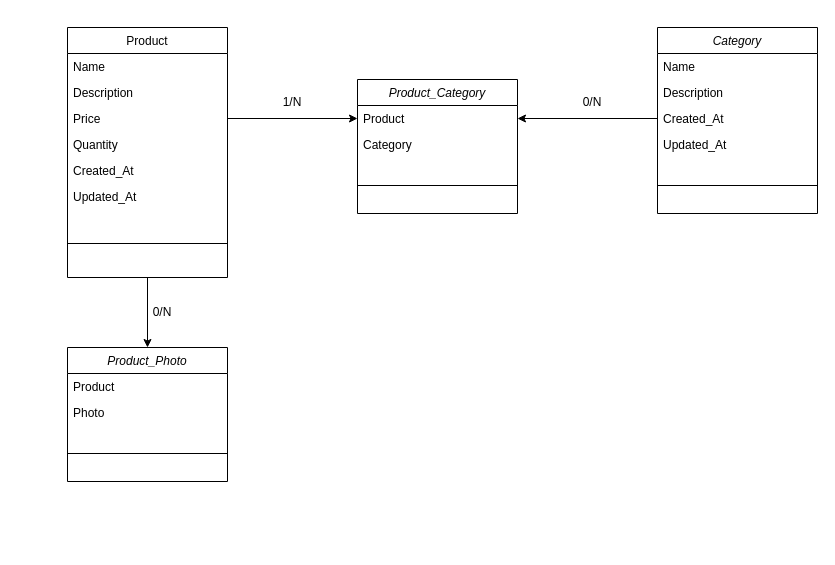
This is Untitled Diagram.drawio from jean-bernard-laguerre/revisions-poo, a draw.io file, before an edit. Source tidied: cells renumbered, new cells numbered last; positions are measured from the earlier drawing's top-left corner, leaving out a move shared by most shapes. Both pictures are drawn from the tidied source at 100%, with x=0, y=0 at pixel (67, 27).
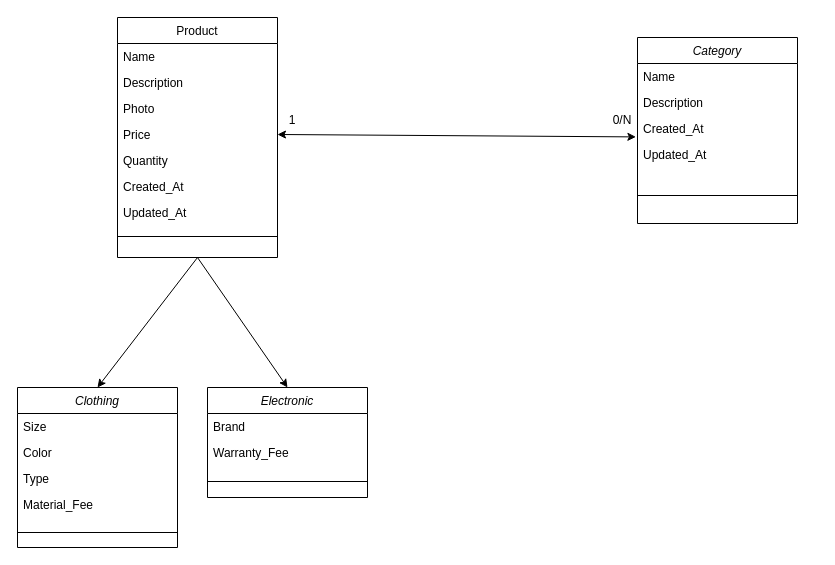
The same diagram, later.

Unchanged cells that the change refers to:
```xml
<mxCell id="5" value="Created_At" style="text;align=left;verticalAlign=top;spacingLeft=4;spacingRight=4;overflow=hidden;points=[[0,0.5],[1,0.5]];portConstraint=eastwest;rounded=0;shadow=0;html=0;" parent="2" vertex="1">
  <mxGeometry y="78" width="160" height="26" as="geometry" />
</mxCell>
```

What changed in the source:
```diff
@@
     <mxCell id="2" value="Category" style="swimlane;fontStyle=2;align=center;verticalAlign=top;horizontal=1;startSize=26;rounded=0;shadow=0;strokeWidth=1;" parent="1" vertex="1">
-      <mxGeometry x="590" width="160" height="186" as="geometry" />
+      <mxGeometry x="570" y="10" width="160" height="186" as="geometry" />
     </mxCell>
@@
     <mxCell id="8" value="Product" style="swimlane;fontStyle=0;align=center;verticalAlign=top;horizontal=1;startSize=26;rounded=0;shadow=0;strokeWidth=1;" parent="1" vertex="1">
-      <mxGeometry width="160" height="250" as="geometry" />
+      <mxGeometry x="50" y="-10" width="160" height="240" as="geometry" />
     </mxCell>
@@
+    <mxCell id="18" value="Photo" style="text;align=left;verticalAlign=top;spacingLeft=4;spacingRight=4;overflow=hidden;rounded=0;shadow=0;html=0;" parent="8" vertex="1">
+      <mxGeometry y="78" width="160" height="26" as="geometry" />
+    </mxCell>
     <mxCell id="11" value="Price" style="text;align=left;verticalAlign=top;spacingLeft=4;spacingRight=4;overflow=hidden;points=[[0,0.5],[1,0.5]];portConstraint=eastwest;rounded=0;shadow=0;html=0;" parent="8" vertex="1">
-      <mxGeometry y="78" width="160" height="26" as="geometry" />
+      <mxGeometry y="104" width="160" height="26" as="geometry" />
     </mxCell>
     <mxCell id="12" value="Quantity" style="text;align=left;verticalAlign=top;spacingLeft=4;spacingRight=4;overflow=hidden;rounded=0;shadow=0;html=0;" parent="8" vertex="1">
-      <mxGeometry y="104" width="160" height="26" as="geometry" />
+      <mxGeometry y="130" width="160" height="26" as="geometry" />
     </mxCell>
     <mxCell id="13" value="Created_At&#10;" style="text;align=left;verticalAlign=top;spacingLeft=4;spacingRight=4;overflow=hidden;rounded=0;shadow=0;html=0;" parent="8" vertex="1">
-      <mxGeometry y="130" width="160" height="26" as="geometry" />
+      <mxGeometry y="156" width="160" height="26" as="geometry" />
     </mxCell>
     <mxCell id="14" value="Updated_At" style="text;align=left;verticalAlign=top;spacingLeft=4;spacingRight=4;overflow=hidden;rounded=0;shadow=0;html=0;" parent="8" vertex="1">
-      <mxGeometry y="156" width="160" height="26" as="geometry" />
+      <mxGeometry y="182" width="160" height="26" as="geometry" />
     </mxCell>
     <mxCell id="15" style="line;html=1;strokeWidth=1;align=left;verticalAlign=middle;spacingTop=-1;spacingLeft=3;spacingRight=3;labelPosition=right;" parent="8" vertex="1">
-      <mxGeometry y="182" width="160" height="68" as="geometry" />
+      <mxGeometry y="208" width="160" height="22" as="geometry" />
     </mxCell>
-    <mxCell id="16" value="Product_Photo" style="swimlane;fontStyle=2;align=center;verticalAlign=top;horizontal=1;startSize=26;rounded=0;shadow=0;strokeWidth=1;" parent="1" vertex="1">
-      <mxGeometry y="320" width="160" height="134" as="geometry" />
-    </mxCell>
-    <mxCell id="17" value="Product" style="text;align=left;verticalAlign=top;spacingLeft=4;spacingRight=4;overflow=hidden;" parent="16" vertex="1">
-      <mxGeometry y="26" width="160" height="26" as="geometry" />
-    </mxCell>
-    <mxCell id="18" value="Photo" style="text;align=left;verticalAlign=top;spacingLeft=4;spacingRight=4;overflow=hidden;rounded=0;shadow=0;html=0;" parent="16" vertex="1">
-      <mxGeometry y="52" width="160" height="26" as="geometry" />
-    </mxCell>
-    <mxCell id="19" style="line;html=1;strokeWidth=1;align=left;verticalAlign=middle;spacingTop=-1;spacingLeft=3;spacingRight=3;labelPosition=right;" parent="16" vertex="1">
-      <mxGeometry y="78" width="160" height="56" as="geometry" />
-    </mxCell>
-    <mxCell id="20" style="endArrow=classic;html=1;rounded=0;entryX=0.5;entryY=0;entryDx=0;entryDy=0;exitX=0.5;exitY=1;exitDx=0;exitDy=0;" parent="1" edge="1" source="8" target="16">
+    <mxCell id="20" style="endArrow=classic;html=1;rounded=0;entryX=0.5;entryY=0;entryDx=0;entryDy=0;exitX=0.5;exitY=1;exitDx=0;exitDy=0;" parent="1" edge="1" source="8" target="31">
       <mxGeometry relative="1" as="geometry" />
     </mxCell>
-    <mxCell id="21" value="Product_Category" style="swimlane;fontStyle=2;align=center;verticalAlign=top;horizontal=1;startSize=26;rounded=0;shadow=0;strokeWidth=1;" parent="1" vertex="1">
-      <mxGeometry x="290" y="52" width="160" height="134" as="geometry" />
-    </mxCell>
-    <mxCell id="22" value="Product" style="text;align=left;verticalAlign=top;spacingLeft=4;spacingRight=4;overflow=hidden;points=[[0,0.5],[1,0.5]];portConstraint=eastwest;" parent="21" vertex="1">
-      <mxGeometry y="26" width="160" height="26" as="geometry" />
-    </mxCell>
-    <mxCell id="23" value="Category" style="text;align=left;verticalAlign=top;spacingLeft=4;spacingRight=4;overflow=hidden;rounded=0;shadow=0;html=0;" parent="21" vertex="1">
-      <mxGeometry y="52" width="160" height="26" as="geometry" />
-    </mxCell>
-    <mxCell id="24" style="line;html=1;strokeWidth=1;align=left;verticalAlign=middle;spacingTop=-1;spacingLeft=3;spacingRight=3;labelPosition=right;" parent="21" vertex="1">
-      <mxGeometry y="78" width="160" height="56" as="geometry" />
-    </mxCell>
-    <mxCell id="25" style="endArrow=classic;html=1;rounded=0;exitX=0;exitY=0.5;exitDx=0;exitDy=0;entryX=1;entryY=0.5;entryDx=0;entryDy=0;" parent="1" edge="1" source="5" target="22">
-      <mxGeometry relative="1" as="geometry" />
-    </mxCell>
-    <mxCell id="26" style="endArrow=classic;html=1;rounded=0;exitX=1;exitY=0.5;exitDx=0;exitDy=0;entryX=0;entryY=0.5;entryDx=0;entryDy=0;" parent="1" edge="1" source="11" target="22">
-      <mxGeometry relative="1" as="geometry" />
-    </mxCell>
-    <mxCell id="27" value="1/N" style="text;html=1;strokeColor=none;fillColor=none;align=center;verticalAlign=middle;whiteSpace=wrap;rounded=0;" parent="1" vertex="1">
-      <mxGeometry x="210" y="60" width="30" height="30" as="geometry" />
+    <mxCell id="27" value="1" style="text;html=1;strokeColor=none;fillColor=none;align=center;verticalAlign=middle;whiteSpace=wrap;rounded=0;" parent="1" vertex="1">
+      <mxGeometry x="210" y="78" width="30" height="30" as="geometry" />
     </mxCell>
     <mxCell id="28" value="0/N" style="text;html=1;strokeColor=none;fillColor=none;align=center;verticalAlign=middle;whiteSpace=wrap;rounded=0;" parent="1" vertex="1">
-      <mxGeometry x="510" y="60" width="30" height="30" as="geometry" />
+      <mxGeometry x="540" y="78" width="30" height="30" as="geometry" />
     </mxCell>
-    <mxCell id="29" value="0/N" style="text;html=1;strokeColor=none;fillColor=none;align=center;verticalAlign=middle;whiteSpace=wrap;rounded=0;" parent="1" vertex="1">
-      <mxGeometry x="80" y="270" width="30" height="30" as="geometry" />
-    </mxCell>
+    <mxCell id="30" style="endArrow=classic;startArrow=classic;html=1;rounded=0;entryX=-0.01;entryY=0.823;entryDx=0;entryDy=0;exitX=1;exitY=0.5;exitDx=0;exitDy=0;entryPerimeter=0;" parent="1" edge="1" source="11" target="5">
+      <mxGeometry relative="1" as="geometry" />
+    </mxCell>
+    <mxCell id="31" value="Clothing" style="swimlane;fontStyle=2;align=center;verticalAlign=top;horizontal=1;startSize=26;rounded=0;shadow=0;strokeWidth=1;" parent="1" vertex="1">
+      <mxGeometry x="-50" y="360" width="160" height="160" as="geometry" />
+    </mxCell>
+    <mxCell id="32" value="Size" style="text;align=left;verticalAlign=top;spacingLeft=4;spacingRight=4;overflow=hidden;" parent="31" vertex="1">
+      <mxGeometry y="26" width="160" height="26" as="geometry" />
+    </mxCell>
+    <mxCell id="33" value="Color" style="text;align=left;verticalAlign=top;spacingLeft=4;spacingRight=4;overflow=hidden;rounded=0;shadow=0;html=0;" parent="31" vertex="1">
+      <mxGeometry y="52" width="160" height="26" as="geometry" />
+    </mxCell>
+    <mxCell id="34" value="Type" style="text;align=left;verticalAlign=top;spacingLeft=4;spacingRight=4;overflow=hidden;rounded=0;shadow=0;html=0;" parent="31" vertex="1">
+      <mxGeometry y="78" width="160" height="26" as="geometry" />
+    </mxCell>
+    <mxCell id="35" value="Material_Fee" style="text;align=left;verticalAlign=top;spacingLeft=4;spacingRight=4;overflow=hidden;rounded=0;shadow=0;html=0;" parent="31" vertex="1">
+      <mxGeometry y="104" width="160" height="26" as="geometry" />
+    </mxCell>
+    <mxCell id="36" style="line;html=1;strokeWidth=1;align=left;verticalAlign=middle;spacingTop=-1;spacingLeft=3;spacingRight=3;labelPosition=right;" parent="31" vertex="1">
+      <mxGeometry y="130" width="160" height="30" as="geometry" />
+    </mxCell>
+    <mxCell id="37" value="Electronic" style="swimlane;fontStyle=2;align=center;verticalAlign=top;horizontal=1;startSize=26;rounded=0;shadow=0;strokeWidth=1;" parent="1" vertex="1">
+      <mxGeometry x="140" y="360" width="160" height="110" as="geometry" />
+    </mxCell>
+    <mxCell id="38" value="Brand" style="text;align=left;verticalAlign=top;spacingLeft=4;spacingRight=4;overflow=hidden;" parent="37" vertex="1">
+      <mxGeometry y="26" width="160" height="26" as="geometry" />
+    </mxCell>
+    <mxCell id="39" value="Warranty_Fee" style="text;align=left;verticalAlign=top;spacingLeft=4;spacingRight=4;overflow=hidden;rounded=0;shadow=0;html=0;" parent="37" vertex="1">
+      <mxGeometry y="52" width="160" height="26" as="geometry" />
+    </mxCell>
+    <mxCell id="40" style="line;html=1;strokeWidth=1;align=left;verticalAlign=middle;spacingTop=-1;spacingLeft=3;spacingRight=3;labelPosition=right;" parent="37" vertex="1">
+      <mxGeometry y="78" width="160" height="32" as="geometry" />
+    </mxCell>
+    <mxCell id="41" style="endArrow=classic;html=1;rounded=0;exitX=0.5;exitY=1;exitDx=0;exitDy=0;entryX=0.5;entryY=0;entryDx=0;entryDy=0;" parent="1" edge="1" source="8" target="37">
+      <mxGeometry relative="1" as="geometry" />
+    </mxCell>
```
